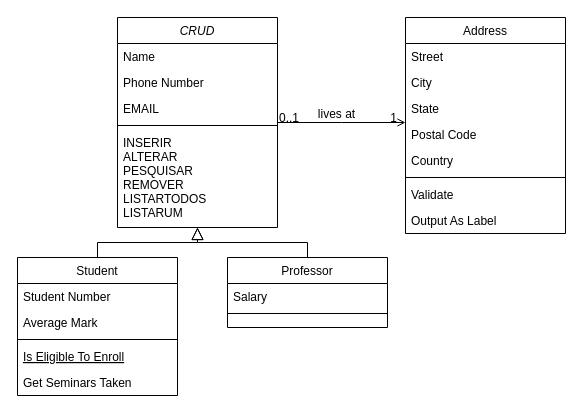
Earlier version of the draw.io diagram Documentação/UML_Primeira_Parte.drawio (AlecrimLunar/Banco-de-dados-Livraria). Source tidied: cells renumbered, new cells numbered last; positions are measured from the earlier drawing's top-left corner, leaving out a move shared by most shapes. Both pictures are drawn from the tidied source at 100%, with x=0, y=0 at pixel (17, 17).
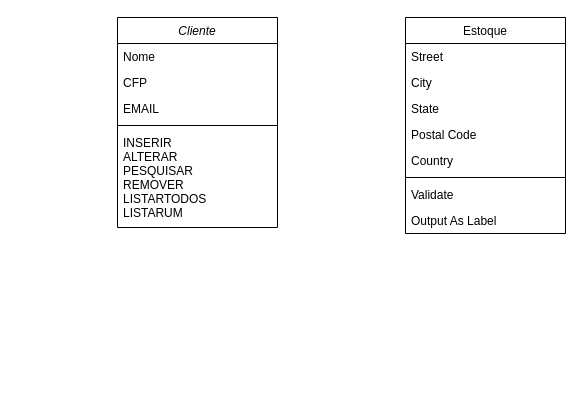
The same diagram, later.

What changed in the source:
```diff
@@
-    <mxCell id="2" value="CRUD" style="swimlane;fontStyle=2;align=center;verticalAlign=top;horizontal=1;startSize=26;rounded=0;shadow=0;strokeWidth=1;" parent="1" vertex="1">
+    <mxCell id="2" value="Cliente" style="swimlane;fontStyle=2;align=center;verticalAlign=top;horizontal=1;startSize=26;rounded=0;shadow=0;strokeWidth=1;" parent="1" vertex="1">
       <mxGeometry x="100" width="160" height="210" as="geometry" />
     </mxCell>
-    <mxCell id="3" value="Name" style="text;align=left;verticalAlign=top;spacingLeft=4;spacingRight=4;overflow=hidden;" parent="2" vertex="1">
+    <mxCell id="3" value="Nome" style="text;align=left;verticalAlign=top;spacingLeft=4;spacingRight=4;overflow=hidden;" parent="2" vertex="1">
       <mxGeometry y="26" width="160" height="26" as="geometry" />
     </mxCell>
-    <mxCell id="4" value="Phone Number" style="text;align=left;verticalAlign=top;spacingLeft=4;spacingRight=4;overflow=hidden;rounded=0;shadow=0;html=0;" parent="2" vertex="1">
+    <mxCell id="4" value="CFP" style="text;align=left;verticalAlign=top;spacingLeft=4;spacingRight=4;overflow=hidden;rounded=0;shadow=0;html=0;" parent="2" vertex="1">
       <mxGeometry y="52" width="160" height="26" as="geometry" />
     </mxCell>
@@
-    <mxCell id="8" value="Student" style="swimlane;fontStyle=0;align=center;verticalAlign=top;horizontal=1;startSize=26;rounded=0;shadow=0;strokeWidth=1;" parent="1" vertex="1">
-      <mxGeometry y="240" width="160" height="138" as="geometry" />
-    </mxCell>
-    <mxCell id="9" value="Student Number" style="text;align=left;verticalAlign=top;spacingLeft=4;spacingRight=4;overflow=hidden;" parent="8" vertex="1">
-      <mxGeometry y="26" width="160" height="26" as="geometry" />
-    </mxCell>
-    <mxCell id="10" value="Average Mark" style="text;align=left;verticalAlign=top;spacingLeft=4;spacingRight=4;overflow=hidden;rounded=0;shadow=0;html=0;" parent="8" vertex="1">
-      <mxGeometry y="52" width="160" height="26" as="geometry" />
-    </mxCell>
-    <mxCell id="11" style="line;html=1;strokeWidth=1;align=left;verticalAlign=middle;spacingTop=-1;spacingLeft=3;spacingRight=3;labelPosition=right;" parent="8" vertex="1">
-      <mxGeometry y="78" width="160" height="8" as="geometry" />
-    </mxCell>
-    <mxCell id="12" value="Is Eligible To Enroll" style="text;align=left;verticalAlign=top;spacingLeft=4;spacingRight=4;overflow=hidden;fontStyle=4;" parent="8" vertex="1">
-      <mxGeometry y="86" width="160" height="26" as="geometry" />
-    </mxCell>
-    <mxCell id="13" value="Get Seminars Taken" style="text;align=left;verticalAlign=top;spacingLeft=4;spacingRight=4;overflow=hidden;" parent="8" vertex="1">
-      <mxGeometry y="112" width="160" height="26" as="geometry" />
-    </mxCell>
-    <mxCell id="14" style="endArrow=block;endSize=10;endFill=0;shadow=0;strokeWidth=1;rounded=0;edgeStyle=elbowEdgeStyle;elbow=vertical;" parent="1" edge="1" source="8" target="2">
-      <mxGeometry relative="1" as="geometry" />
-    </mxCell>
-    <mxCell id="15" value="Professor" style="swimlane;fontStyle=0;align=center;verticalAlign=top;horizontal=1;startSize=26;rounded=0;shadow=0;strokeWidth=1;" parent="1" vertex="1">
-      <mxGeometry x="210" y="240" width="160" height="70" as="geometry" />
-    </mxCell>
-    <mxCell id="16" value="Salary" style="text;align=left;verticalAlign=top;spacingLeft=4;spacingRight=4;overflow=hidden;" parent="15" vertex="1">
-      <mxGeometry y="26" width="160" height="26" as="geometry" />
-    </mxCell>
-    <mxCell id="17" style="line;html=1;strokeWidth=1;align=left;verticalAlign=middle;spacingTop=-1;spacingLeft=3;spacingRight=3;labelPosition=right;" parent="15" vertex="1">
-      <mxGeometry y="52" width="160" height="8" as="geometry" />
-    </mxCell>
-    <mxCell id="18" style="endArrow=block;endSize=10;endFill=0;shadow=0;strokeWidth=1;rounded=0;edgeStyle=elbowEdgeStyle;elbow=vertical;" parent="1" edge="1" source="15" target="2">
-      <mxGeometry relative="1" as="geometry" />
-    </mxCell>
-    <mxCell id="19" value="Address" style="swimlane;fontStyle=0;align=center;verticalAlign=top;horizontal=1;startSize=26;rounded=0;shadow=0;strokeWidth=1;" parent="1" vertex="1">
+    <mxCell id="19" value="Estoque" style="swimlane;fontStyle=0;align=center;verticalAlign=top;horizontal=1;startSize=26;rounded=0;shadow=0;strokeWidth=1;" parent="1" vertex="1">
       <mxGeometry x="388" width="160" height="216" as="geometry" />
     </mxCell>
@@
-    <mxCell id="28" style="endArrow=open;shadow=0;strokeWidth=1;rounded=0;endFill=1;edgeStyle=elbowEdgeStyle;elbow=vertical;" parent="1" edge="1" source="2" target="19">
-      <mxGeometry x="0.5" y="41" relative="1" as="geometry">
-        <mxPoint x="-40" y="32" as="offset" />
-      </mxGeometry>
-    </mxCell>
-    <mxCell id="29" value="0..1" style="align=left;verticalAlign=bottom;labelBackgroundColor=none;fontSize=12;" parent="28" vertex="1">
-      <mxGeometry x="-1" relative="1" as="geometry">
-        <mxPoint y="4" as="offset" />
-      </mxGeometry>
-    </mxCell>
-    <mxCell id="30" value="1" style="align=right;verticalAlign=bottom;labelBackgroundColor=none;fontSize=12;" parent="28" vertex="1">
-      <mxGeometry x="1" relative="1" as="geometry">
-        <mxPoint x="-7" y="4" as="offset" />
-      </mxGeometry>
-    </mxCell>
-    <mxCell id="31" value="lives at" style="text;html=1;align=center;verticalAlign=middle;labelBackgroundColor=none;rounded=0;shadow=0;strokeWidth=1;fontSize=12;" parent="28" vertex="1">
-      <mxGeometry x="0.5" y="49" relative="1" as="geometry">
-        <mxPoint x="-38" y="40" as="offset" />
-      </mxGeometry>
-    </mxCell>
```
